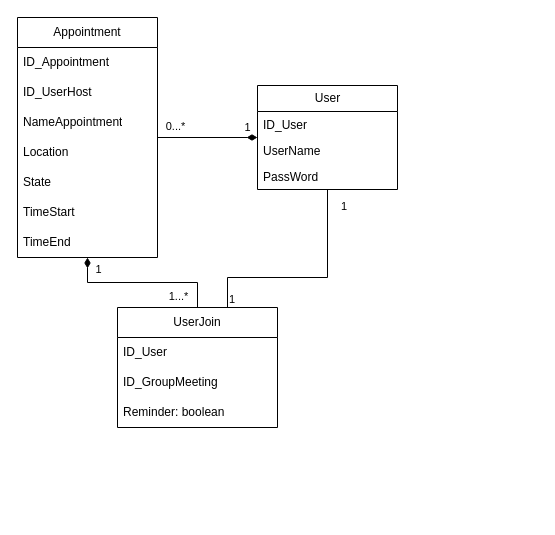
Above: page "pttkhdtClass" (4 of 5) of Untitled Diagram.drawio in LeTrungPhong/diagram (draw.io), before the change. Source tidied: cells renumbered, new cells numbered last; positions are measured from the earlier drawing's top-left corner, leaving out a move shared by most shapes. Both pictures are drawn from the tidied source at 100%, with x=0, y=0 at pixel (17, 17).
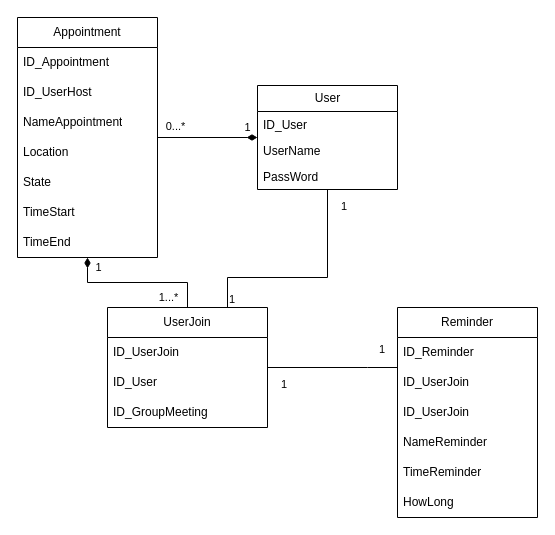
The same page after the edit.

The edit, as a diff of the source:
```diff
@@
     <mxCell id="17" value="UserJoin" style="swimlane;fontStyle=0;horizontal=1;startSize=30;whiteSpace=wrap;html=1;" parent="1" vertex="1">
-      <mxGeometry x="100" y="290" width="160" height="120" as="geometry" />
+      <mxGeometry x="90" y="290" width="160" height="120" as="geometry" />
     </mxCell>
+    <mxCell id="27" value="ID_UserJoin" style="text;strokeColor=none;fillColor=none;align=left;verticalAlign=middle;spacingLeft=4;spacingRight=4;overflow=hidden;whiteSpace=wrap;html=1;" parent="17" vertex="1">
+      <mxGeometry y="30" width="160" height="30" as="geometry" />
+    </mxCell>
     <mxCell id="18" value="ID_User" style="text;strokeColor=none;fillColor=none;align=left;verticalAlign=middle;spacingLeft=4;spacingRight=4;overflow=hidden;whiteSpace=wrap;html=1;" parent="17" vertex="1">
-      <mxGeometry y="30" width="160" height="30" as="geometry" />
+      <mxGeometry y="60" width="160" height="30" as="geometry" />
     </mxCell>
     <mxCell id="19" value="ID_GroupMeeting" style="text;strokeColor=none;fillColor=none;align=left;verticalAlign=middle;spacingLeft=4;spacingRight=4;overflow=hidden;whiteSpace=wrap;html=1;" parent="17" vertex="1">
-      <mxGeometry y="60" width="160" height="30" as="geometry" />
+      <mxGeometry y="90" width="160" height="30" as="geometry" />
     </mxCell>
-    <mxCell id="20" value="Reminder: boolean" style="text;strokeColor=none;fillColor=none;align=left;verticalAlign=middle;spacingLeft=4;spacingRight=4;overflow=hidden;whiteSpace=wrap;html=1;" parent="17" vertex="1">
-      <mxGeometry y="90" width="160" height="30" as="geometry" />
-    </mxCell>
@@
+    <mxCell id="28" value="Reminder" style="swimlane;fontStyle=0;horizontal=1;startSize=30;whiteSpace=wrap;html=1;" parent="1" vertex="1">
+      <mxGeometry x="380" y="290" width="140" height="210" as="geometry" />
+    </mxCell>
+    <mxCell id="29" value="ID_Reminder" style="text;strokeColor=none;fillColor=none;align=left;verticalAlign=middle;spacingLeft=4;spacingRight=4;overflow=hidden;whiteSpace=wrap;html=1;" parent="28" vertex="1">
+      <mxGeometry y="30" width="140" height="30" as="geometry" />
+    </mxCell>
+    <mxCell id="30" value="ID_UserJoin" style="text;strokeColor=none;fillColor=none;align=left;verticalAlign=middle;spacingLeft=4;spacingRight=4;overflow=hidden;whiteSpace=wrap;html=1;" parent="28" vertex="1">
+      <mxGeometry y="60" width="140" height="30" as="geometry" />
+    </mxCell>
+    <mxCell id="31" value="ID_UserJoin" style="text;strokeColor=none;fillColor=none;align=left;verticalAlign=middle;spacingLeft=4;spacingRight=4;overflow=hidden;whiteSpace=wrap;html=1;" parent="28" vertex="1">
+      <mxGeometry y="90" width="140" height="30" as="geometry" />
+    </mxCell>
+    <mxCell id="32" value="NameReminder" style="text;strokeColor=none;fillColor=none;align=left;verticalAlign=middle;spacingLeft=4;spacingRight=4;overflow=hidden;whiteSpace=wrap;html=1;" parent="28" vertex="1">
+      <mxGeometry y="120" width="140" height="30" as="geometry" />
+    </mxCell>
+    <mxCell id="33" value="TimeReminder" style="text;strokeColor=none;fillColor=none;align=left;verticalAlign=middle;spacingLeft=4;spacingRight=4;overflow=hidden;whiteSpace=wrap;html=1;" parent="28" vertex="1">
+      <mxGeometry y="150" width="140" height="30" as="geometry" />
+    </mxCell>
+    <mxCell id="34" value="HowLong" style="text;strokeColor=none;fillColor=none;align=left;verticalAlign=middle;spacingLeft=4;spacingRight=4;overflow=hidden;whiteSpace=wrap;html=1;" parent="28" vertex="1">
+      <mxGeometry y="180" width="140" height="30" as="geometry" />
+    </mxCell>
+    <mxCell id="35" style="endArrow=none;html=1;edgeStyle=orthogonalEdgeStyle;rounded=0;" parent="1" edge="1" source="28" target="17">
+      <mxGeometry relative="1" as="geometry">
+        <Array as="points">
+          <mxPoint x="350" y="350" />
+          <mxPoint x="350" y="350" />
+        </Array>
+      </mxGeometry>
+    </mxCell>
+    <mxCell id="36" value="1" style="edgeLabel;html=1;align=left;verticalAlign=bottom;" parent="35" vertex="1">
+      <mxGeometry x="-1" relative="1" as="geometry">
+        <mxPoint x="-20" y="-10" as="offset" />
+      </mxGeometry>
+    </mxCell>
+    <mxCell id="37" value="1" style="edgeLabel;html=1;align=right;verticalAlign=bottom;" parent="35" vertex="1">
+      <mxGeometry x="1" relative="1" as="geometry">
+        <mxPoint x="20" y="25" as="offset" />
+      </mxGeometry>
+    </mxCell>
```
